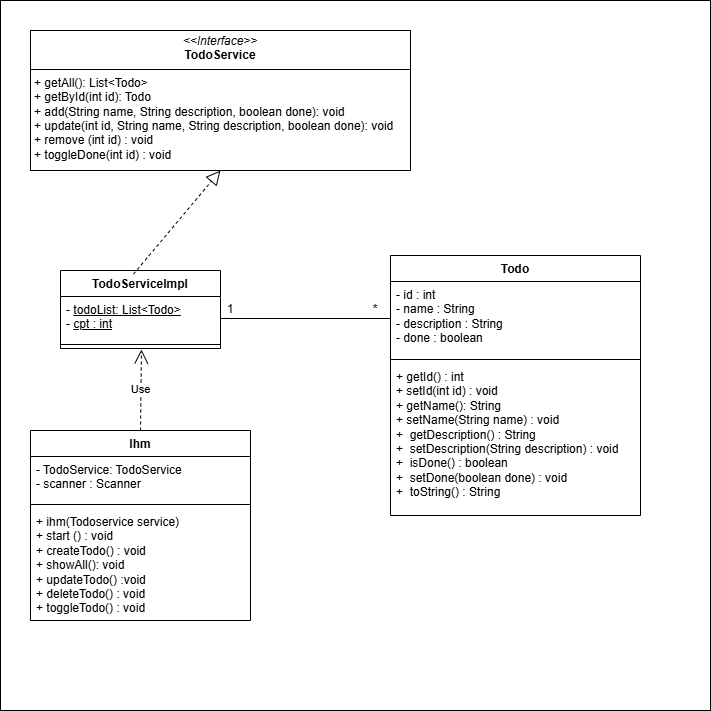
The draw.io diagram 2. poo/TodoApp-main/docs/UMLdiagram.drawio.png in happyselkie/formation_m2i, before a commit. Source tidied: cells renumbered, new cells last; positions are measured from the earlier drawing's top-left corner, leaving out a move shared by most shapes. Source of this version:
```xml
<mxGraphModel>
  <root>
    <mxCell id="0" />
    <mxCell id="1" parent="0" />
    <mxCell id="2" style="whiteSpace=wrap;html=1;" parent="1" vertex="1">
      <mxGeometry width="710" height="710" as="geometry" />
    </mxCell>
    <mxCell id="3" value="&lt;p style=&quot;margin:0px;margin-top:4px;text-align:center;&quot;&gt;&lt;i&gt;&amp;lt;&amp;lt;Interface&amp;gt;&amp;gt;&lt;/i&gt;&lt;br&gt;&lt;b&gt;TodoService&lt;/b&gt;&lt;/p&gt;&lt;hr size=&quot;1&quot; style=&quot;border-style:solid;&quot;&gt;&lt;p style=&quot;margin:0px;margin-left:4px;&quot;&gt;+ getAll(): List&amp;lt;Todo&amp;gt;&lt;br&gt;+ getById(int id): Todo&lt;/p&gt;&lt;p style=&quot;margin:0px;margin-left:4px;&quot;&gt;+ add(String name, String description, boolean done): void&lt;/p&gt;&lt;p style=&quot;margin:0px;margin-left:4px;&quot;&gt;+ update(int id,&amp;nbsp;&lt;span style=&quot;background-color: transparent; color: light-dark(rgb(0, 0, 0), rgb(255, 255, 255));&quot;&gt;String name, String description, boolean done): void&lt;/span&gt;&lt;/p&gt;&lt;p style=&quot;margin:0px;margin-left:4px;&quot;&gt;&lt;span style=&quot;background-color: transparent; color: light-dark(rgb(0, 0, 0), rgb(255, 255, 255));&quot;&gt;+ remove (int id) : void&lt;/span&gt;&lt;/p&gt;&lt;p style=&quot;margin:0px;margin-left:4px;&quot;&gt;&lt;span style=&quot;background-color: transparent; color: light-dark(rgb(0, 0, 0), rgb(255, 255, 255));&quot;&gt;+&amp;nbsp;&lt;/span&gt;&lt;span style=&quot;background-color: transparent;&quot;&gt;toggleDone(int id) : void&lt;/span&gt;&lt;/p&gt;" style="verticalAlign=top;align=left;overflow=fill;html=1;whiteSpace=wrap;" parent="1" vertex="1">
      <mxGeometry x="30" y="30" width="380" height="140" as="geometry" />
    </mxCell>
    <mxCell id="4" value="TodoServiceImpl" style="swimlane;fontStyle=1;align=center;verticalAlign=top;horizontal=1;startSize=26;whiteSpace=wrap;html=1;" parent="1" vertex="1">
      <mxGeometry x="60" y="270" width="160" height="78" as="geometry" />
    </mxCell>
    <mxCell id="5" value="- &lt;u&gt;todoList: List&amp;lt;Todo&amp;gt;&lt;/u&gt;&amp;nbsp;&lt;div&gt;- &lt;u&gt;cpt : int&lt;/u&gt;&lt;/div&gt;" style="text;strokeColor=none;fillColor=none;align=left;verticalAlign=top;spacingLeft=4;spacingRight=4;overflow=hidden;points=[[0,0.5],[1,0.5]];portConstraint=eastwest;whiteSpace=wrap;html=1;" parent="4" vertex="1">
      <mxGeometry y="26" width="160" height="44" as="geometry" />
    </mxCell>
    <mxCell id="6" style="line;strokeWidth=1;fillColor=none;align=left;verticalAlign=middle;spacingTop=-1;spacingLeft=3;spacingRight=3;labelPosition=right;points=[];portConstraint=eastwest;strokeColor=inherit;" parent="4" vertex="1">
      <mxGeometry y="70" width="160" height="8" as="geometry" />
    </mxCell>
    <mxCell id="7" style="endArrow=block;dashed=1;endFill=0;endSize=12;html=1;rounded=0;exitX=0.456;exitY=0.047;exitDx=0;exitDy=0;exitPerimeter=0;entryX=0.5;entryY=1;entryDx=0;entryDy=0;" parent="1" edge="1" source="4" target="3">
      <mxGeometry relative="1" as="geometry" />
    </mxCell>
    <mxCell id="8" value="Ihm" style="swimlane;fontStyle=1;align=center;verticalAlign=top;horizontal=1;startSize=26;whiteSpace=wrap;html=1;" parent="1" vertex="1">
      <mxGeometry x="30" y="430" width="220" height="190" as="geometry" />
    </mxCell>
    <mxCell id="9" value="- TodoService: TodoService&lt;div&gt;- scanner : Scanner&lt;/div&gt;" style="text;strokeColor=none;fillColor=none;align=left;verticalAlign=top;spacingLeft=4;spacingRight=4;overflow=hidden;whiteSpace=wrap;html=1;" parent="8" vertex="1">
      <mxGeometry y="26" width="220" height="44" as="geometry" />
    </mxCell>
    <mxCell id="10" style="line;strokeWidth=1;fillColor=none;align=left;verticalAlign=middle;spacingTop=-1;spacingLeft=3;spacingRight=3;labelPosition=right;strokeColor=inherit;" parent="8" vertex="1">
      <mxGeometry y="70" width="220" height="8" as="geometry" />
    </mxCell>
    <mxCell id="11" value="+ ihm(Todoservice service)&lt;div&gt;+ start () : void&lt;/div&gt;&lt;div&gt;+&amp;nbsp;createTodo() : void&lt;/div&gt;&lt;div&gt;+&amp;nbsp;showAll(): void&lt;/div&gt;&lt;div&gt;+&amp;nbsp;updateTodo() :void&lt;/div&gt;&lt;div&gt;+ deleteTodo() : void&lt;/div&gt;&lt;div&gt;+&amp;nbsp;toggleTodo() : void&lt;/div&gt;" style="text;strokeColor=none;fillColor=none;align=left;verticalAlign=top;spacingLeft=4;spacingRight=4;overflow=hidden;whiteSpace=wrap;html=1;" parent="8" vertex="1">
      <mxGeometry y="78" width="220" height="112" as="geometry" />
    </mxCell>
    <mxCell id="12" value="Use" style="endArrow=open;endSize=12;dashed=1;html=1;rounded=0;exitX=0.5;exitY=0;exitDx=0;exitDy=0;entryX=0.506;entryY=1.125;entryDx=0;entryDy=0;entryPerimeter=0;" parent="1" edge="1" source="8" target="6">
      <mxGeometry relative="1" as="geometry" />
    </mxCell>
    <mxCell id="13" value="Todo" style="swimlane;fontStyle=1;align=center;verticalAlign=top;horizontal=1;startSize=26;whiteSpace=wrap;html=1;" parent="1" vertex="1">
      <mxGeometry x="390" y="255" width="250" height="260" as="geometry" />
    </mxCell>
    <mxCell id="14" value="&lt;div&gt;- id : int&lt;/div&gt;&lt;div&gt;- name :&amp;nbsp;&lt;span style=&quot;background-color: transparent; color: light-dark(rgb(0, 0, 0), rgb(255, 255, 255));&quot;&gt;String&lt;/span&gt;&lt;span style=&quot;background-color: transparent; color: light-dark(rgb(0, 0, 0), rgb(255, 255, 255));&quot;&gt;&amp;nbsp;&lt;/span&gt;&lt;/div&gt;&lt;div&gt;- description :&amp;nbsp;&lt;span style=&quot;background-color: transparent; color: light-dark(rgb(0, 0, 0), rgb(255, 255, 255));&quot;&gt;String&lt;/span&gt;&lt;span style=&quot;background-color: transparent; color: light-dark(rgb(0, 0, 0), rgb(255, 255, 255));&quot;&gt;&amp;nbsp;&lt;/span&gt;&lt;/div&gt;&lt;div&gt;- done : boolean&lt;/div&gt;" style="text;strokeColor=none;fillColor=none;align=left;verticalAlign=top;spacingLeft=4;spacingRight=4;overflow=hidden;points=[[0,0.5],[1,0.5]];portConstraint=eastwest;whiteSpace=wrap;html=1;" parent="13" vertex="1">
      <mxGeometry y="26" width="250" height="74" as="geometry" />
    </mxCell>
    <mxCell id="15" style="line;strokeWidth=1;fillColor=none;align=left;verticalAlign=middle;spacingTop=-1;spacingLeft=3;spacingRight=3;labelPosition=right;strokeColor=inherit;" parent="13" vertex="1">
      <mxGeometry y="100" width="250" height="8" as="geometry" />
    </mxCell>
    <mxCell id="16" value="&lt;div&gt;+ getId() : int&lt;span style=&quot;background-color: transparent; color: light-dark(rgb(0, 0, 0), rgb(255, 255, 255));&quot;&gt;&amp;nbsp;&lt;/span&gt;&lt;/div&gt;&lt;div&gt;&lt;span style=&quot;background-color: transparent; color: light-dark(rgb(0, 0, 0), rgb(255, 255, 255));&quot;&gt;+ setId(int id) : void&lt;/span&gt;&lt;/div&gt;&lt;div&gt;&lt;span style=&quot;background-color: transparent; color: light-dark(rgb(0, 0, 0), rgb(255, 255, 255));&quot;&gt;+ getName(): String&lt;/span&gt;&lt;/div&gt;&lt;div&gt;&lt;span style=&quot;background-color: transparent; color: light-dark(rgb(0, 0, 0), rgb(255, 255, 255));&quot;&gt;+&lt;/span&gt;&lt;span style=&quot;background-color: transparent; color: light-dark(rgb(0, 0, 0), rgb(255, 255, 255));&quot;&gt;&amp;nbsp;setName(String name) : void&lt;/span&gt;&lt;/div&gt;&lt;div&gt;&lt;span style=&quot;background-color: transparent; color: light-dark(rgb(0, 0, 0), rgb(255, 255, 255));&quot;&gt;+&amp;nbsp; getDescription() : String&lt;/span&gt;&lt;/div&gt;&lt;div&gt;&lt;span style=&quot;background-color: transparent; color: light-dark(rgb(0, 0, 0), rgb(255, 255, 255));&quot;&gt;+&amp;nbsp; setDescription(String description) : void&lt;/span&gt;&lt;/div&gt;&lt;div&gt;&lt;span style=&quot;background-color: transparent; color: light-dark(rgb(0, 0, 0), rgb(255, 255, 255));&quot;&gt;+&amp;nbsp; isDone() : boolean&lt;/span&gt;&lt;/div&gt;&lt;div&gt;&lt;span style=&quot;background-color: transparent; color: light-dark(rgb(0, 0, 0), rgb(255, 255, 255));&quot;&gt;+&amp;nbsp; setDone(boolean done) : void&lt;/span&gt;&lt;/div&gt;&lt;div&gt;&lt;span style=&quot;background-color: transparent; color: light-dark(rgb(0, 0, 0), rgb(255, 255, 255));&quot;&gt;+&amp;nbsp; toString() : String&lt;/span&gt;&lt;/div&gt;" style="text;strokeColor=none;fillColor=none;align=left;verticalAlign=top;spacingLeft=4;spacingRight=4;overflow=hidden;whiteSpace=wrap;html=1;" parent="13" vertex="1">
      <mxGeometry y="108" width="250" height="152" as="geometry" />
    </mxCell>
    <mxCell id="17" style="endArrow=none;html=1;rounded=0;exitX=1;exitY=0.5;exitDx=0;exitDy=0;entryX=0;entryY=0.5;entryDx=0;entryDy=0;" parent="1" edge="1" source="5" target="14">
      <mxGeometry relative="1" as="geometry" />
    </mxCell>
    <mxCell id="18" value="1" style="text;html=1;align=center;verticalAlign=middle;whiteSpace=wrap;rounded=0;" parent="1" vertex="1">
      <mxGeometry x="200" y="294" width="60" height="30" as="geometry" />
    </mxCell>
    <mxCell id="19" value="*" style="text;html=1;align=center;verticalAlign=middle;whiteSpace=wrap;rounded=0;" parent="1" vertex="1">
      <mxGeometry x="360" y="294" width="30" height="30" as="geometry" />
    </mxCell>
  </root>
</mxGraphModel>
```
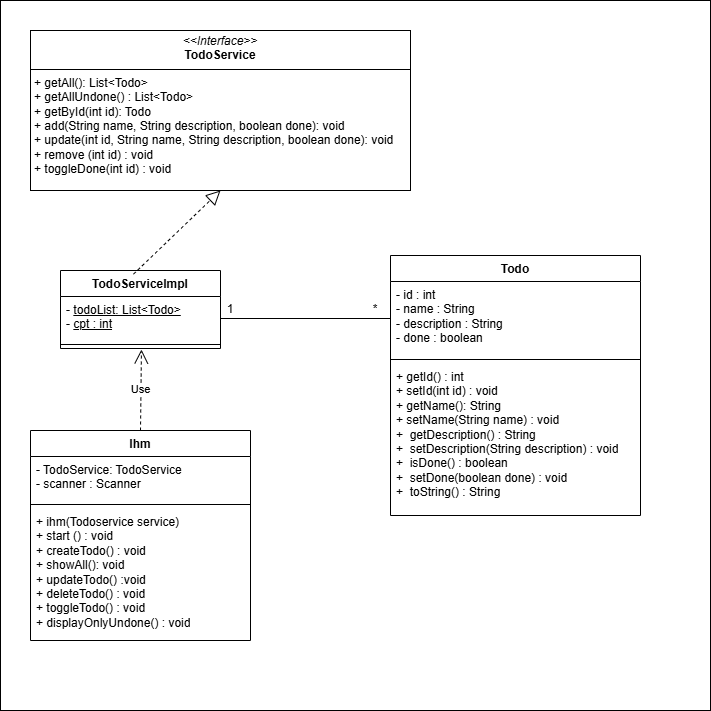
The same file after the commit.

The edit, as a diff of the source:
```diff
@@ -5,8 +5,8 @@
     <mxCell id="2" style="whiteSpace=wrap;html=1;" parent="1" vertex="1">
       <mxGeometry width="710" height="710" as="geometry" />
     </mxCell>
-    <mxCell id="3" value="&lt;p style=&quot;margin:0px;margin-top:4px;text-align:center;&quot;&gt;&lt;i&gt;&amp;lt;&amp;lt;Interface&amp;gt;&amp;gt;&lt;/i&gt;&lt;br&gt;&lt;b&gt;TodoService&lt;/b&gt;&lt;/p&gt;&lt;hr size=&quot;1&quot; style=&quot;border-style:solid;&quot;&gt;&lt;p style=&quot;margin:0px;margin-left:4px;&quot;&gt;+ getAll(): List&amp;lt;Todo&amp;gt;&lt;br&gt;+ getById(int id): Todo&lt;/p&gt;&lt;p style=&quot;margin:0px;margin-left:4px;&quot;&gt;+ add(String name, String description, boolean done): void&lt;/p&gt;&lt;p style=&quot;margin:0px;margin-left:4px;&quot;&gt;+ update(int id,&amp;nbsp;&lt;span style=&quot;background-color: transparent; color: light-dark(rgb(0, 0, 0), rgb(255, 255, 255));&quot;&gt;String name, String description, boolean done): void&lt;/span&gt;&lt;/p&gt;&lt;p style=&quot;margin:0px;margin-left:4px;&quot;&gt;&lt;span style=&quot;background-color: transparent; color: light-dark(rgb(0, 0, 0), rgb(255, 255, 255));&quot;&gt;+ remove (int id) : void&lt;/span&gt;&lt;/p&gt;&lt;p style=&quot;margin:0px;margin-left:4px;&quot;&gt;&lt;span style=&quot;background-color: transparent; color: light-dark(rgb(0, 0, 0), rgb(255, 255, 255));&quot;&gt;+&amp;nbsp;&lt;/span&gt;&lt;span style=&quot;background-color: transparent;&quot;&gt;toggleDone(int id) : void&lt;/span&gt;&lt;/p&gt;" style="verticalAlign=top;align=left;overflow=fill;html=1;whiteSpace=wrap;" parent="1" vertex="1">
-      <mxGeometry x="30" y="30" width="380" height="140" as="geometry" />
+    <mxCell id="3" value="&lt;p style=&quot;margin:0px;margin-top:4px;text-align:center;&quot;&gt;&lt;i&gt;&amp;lt;&amp;lt;Interface&amp;gt;&amp;gt;&lt;/i&gt;&lt;br&gt;&lt;b&gt;TodoService&lt;/b&gt;&lt;/p&gt;&lt;hr size=&quot;1&quot; style=&quot;border-style:solid;&quot;&gt;&lt;p style=&quot;margin:0px;margin-left:4px;&quot;&gt;+ getAll(): List&amp;lt;Todo&amp;gt;&lt;/p&gt;&lt;p style=&quot;margin:0px;margin-left:4px;&quot;&gt;+ getAllUndone() : List&amp;lt;Todo&amp;gt;&amp;nbsp;&lt;br&gt;+ getById(int id): Todo&lt;/p&gt;&lt;p style=&quot;margin:0px;margin-left:4px;&quot;&gt;+ add(String name, String description, boolean done): void&lt;/p&gt;&lt;p style=&quot;margin:0px;margin-left:4px;&quot;&gt;+ update(int id,&amp;nbsp;&lt;span style=&quot;background-color: transparent; color: light-dark(rgb(0, 0, 0), rgb(255, 255, 255));&quot;&gt;String name, String description, boolean done): void&lt;/span&gt;&lt;/p&gt;&lt;p style=&quot;margin:0px;margin-left:4px;&quot;&gt;&lt;span style=&quot;background-color: transparent; color: light-dark(rgb(0, 0, 0), rgb(255, 255, 255));&quot;&gt;+ remove (int id) : void&lt;/span&gt;&lt;/p&gt;&lt;p style=&quot;margin:0px;margin-left:4px;&quot;&gt;&lt;span style=&quot;background-color: transparent; color: light-dark(rgb(0, 0, 0), rgb(255, 255, 255));&quot;&gt;+&amp;nbsp;&lt;/span&gt;&lt;span style=&quot;background-color: transparent;&quot;&gt;toggleDone(int id) : void&lt;/span&gt;&lt;/p&gt;" style="verticalAlign=top;align=left;overflow=fill;html=1;whiteSpace=wrap;" parent="1" vertex="1">
+      <mxGeometry x="30" y="30" width="380" height="160" as="geometry" />
     </mxCell>
     <mxCell id="4" value="TodoServiceImpl" style="swimlane;fontStyle=1;align=center;verticalAlign=top;horizontal=1;startSize=26;whiteSpace=wrap;html=1;" parent="1" vertex="1">
       <mxGeometry x="60" y="270" width="160" height="78" as="geometry" />
@@ -21,7 +21,7 @@
       <mxGeometry relative="1" as="geometry" />
     </mxCell>
     <mxCell id="8" value="Ihm" style="swimlane;fontStyle=1;align=center;verticalAlign=top;horizontal=1;startSize=26;whiteSpace=wrap;html=1;" parent="1" vertex="1">
-      <mxGeometry x="30" y="430" width="220" height="190" as="geometry" />
+      <mxGeometry x="30" y="430" width="220" height="210" as="geometry" />
     </mxCell>
     <mxCell id="9" value="- TodoService: TodoService&lt;div&gt;- scanner : Scanner&lt;/div&gt;" style="text;strokeColor=none;fillColor=none;align=left;verticalAlign=top;spacingLeft=4;spacingRight=4;overflow=hidden;whiteSpace=wrap;html=1;" parent="8" vertex="1">
       <mxGeometry y="26" width="220" height="44" as="geometry" />
@@ -29,8 +29,8 @@
     <mxCell id="10" style="line;strokeWidth=1;fillColor=none;align=left;verticalAlign=middle;spacingTop=-1;spacingLeft=3;spacingRight=3;labelPosition=right;strokeColor=inherit;" parent="8" vertex="1">
       <mxGeometry y="70" width="220" height="8" as="geometry" />
     </mxCell>
-    <mxCell id="11" value="+ ihm(Todoservice service)&lt;div&gt;+ start () : void&lt;/div&gt;&lt;div&gt;+&amp;nbsp;createTodo() : void&lt;/div&gt;&lt;div&gt;+&amp;nbsp;showAll(): void&lt;/div&gt;&lt;div&gt;+&amp;nbsp;updateTodo() :void&lt;/div&gt;&lt;div&gt;+ deleteTodo() : void&lt;/div&gt;&lt;div&gt;+&amp;nbsp;toggleTodo() : void&lt;/div&gt;" style="text;strokeColor=none;fillColor=none;align=left;verticalAlign=top;spacingLeft=4;spacingRight=4;overflow=hidden;whiteSpace=wrap;html=1;" parent="8" vertex="1">
-      <mxGeometry y="78" width="220" height="112" as="geometry" />
+    <mxCell id="11" value="+ ihm(Todoservice service)&lt;div&gt;+ start () : void&lt;/div&gt;&lt;div&gt;+&amp;nbsp;createTodo() : void&lt;/div&gt;&lt;div&gt;+&amp;nbsp;showAll(): void&lt;/div&gt;&lt;div&gt;+&amp;nbsp;updateTodo() :void&lt;/div&gt;&lt;div&gt;+ deleteTodo() : void&lt;/div&gt;&lt;div&gt;+&amp;nbsp;toggleTodo() : void&lt;/div&gt;&lt;div&gt;+&amp;nbsp;displayOnlyUndone() : void&lt;/div&gt;" style="text;strokeColor=none;fillColor=none;align=left;verticalAlign=top;spacingLeft=4;spacingRight=4;overflow=hidden;whiteSpace=wrap;html=1;" parent="8" vertex="1">
+      <mxGeometry y="78" width="220" height="132" as="geometry" />
     </mxCell>
     <mxCell id="12" value="Use" style="endArrow=open;endSize=12;dashed=1;html=1;rounded=0;exitX=0.5;exitY=0;exitDx=0;exitDy=0;entryX=0.506;entryY=1.125;entryDx=0;entryDy=0;entryPerimeter=0;" parent="1" edge="1" source="8" target="6">
       <mxGeometry relative="1" as="geometry" />
```
